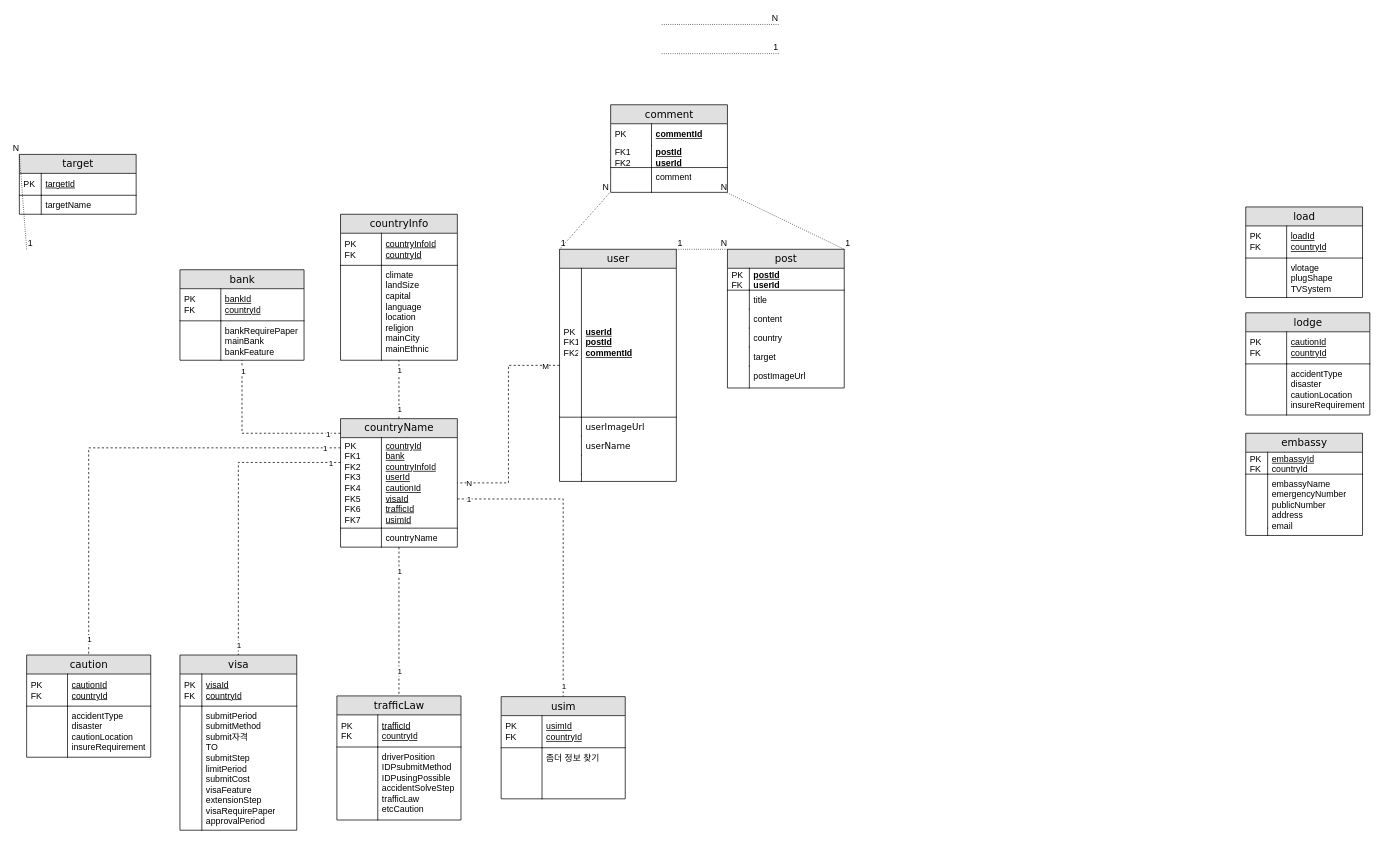
The draw.io diagram ERD.drawio in qwe1234k/finalProjectERD, before the edit. Source tidied: cells renumbered, new cells numbered last; positions are measured from the earlier drawing's top-left corner, leaving out a move shared by most shapes. Both pictures are drawn from the tidied source at 73%, with x=0, y=0 at pixel (19, 24).
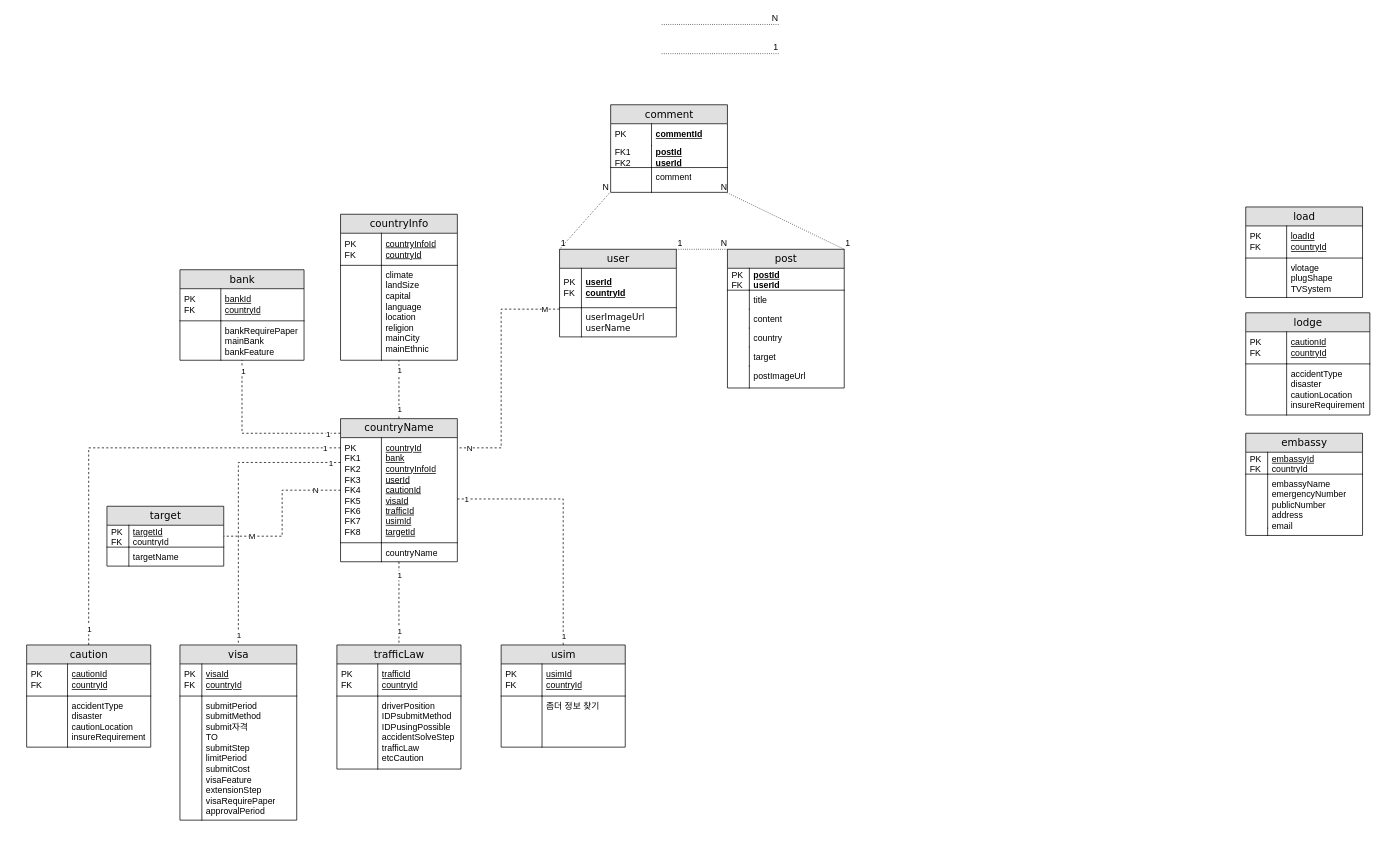
Above is the later version.

Diff of the diagram source:
```diff
@@
     <mxCell id="2" value="target" style="swimlane;html=1;fontStyle=0;horizontal=1;startSize=26;fillColor=#e0e0e0;swimlaneFillColor=#ffffff;align=center;rounded=0;shadow=0;comic=0;labelBackgroundColor=none;strokeWidth=1;fontFamily=Verdana;fontSize=14;swimlaneLine=1;" parent="1" vertex="1">
-      <mxGeometry y="178" width="160" height="82" as="geometry" />
+      <mxGeometry x="120" y="660" width="160" height="82" as="geometry" />
     </mxCell>
-    <mxCell id="3" value="&lt;span style=&quot;font-weight: normal&quot;&gt;targetId&lt;/span&gt;" style="shape=partialRectangle;top=0;left=0;right=0;bottom=1;html=1;align=left;verticalAlign=middle;fillColor=none;spacingLeft=34;spacingRight=4;whiteSpace=wrap;overflow=hidden;fontStyle=5;" parent="2" vertex="1">
+    <mxCell id="3" value="&lt;span style=&quot;font-weight: normal&quot;&gt;targetId&lt;br&gt;countryId&lt;br&gt;&lt;/span&gt;" style="shape=partialRectangle;top=0;left=0;right=0;bottom=1;html=1;align=left;verticalAlign=middle;fillColor=none;spacingLeft=34;spacingRight=4;whiteSpace=wrap;overflow=hidden;fontStyle=5;" parent="2" vertex="1">
       <mxGeometry y="26" width="160" height="30" as="geometry" />
     </mxCell>
-    <mxCell id="4" value="PK" style="shape=partialRectangle;top=0;left=0;bottom=0;html=1;fillColor=none;align=left;verticalAlign=middle;spacingLeft=4;spacingRight=4;whiteSpace=wrap;overflow=hidden;" parent="3" vertex="1">
+    <mxCell id="4" value="PK&lt;br&gt;FK" style="shape=partialRectangle;top=0;left=0;bottom=0;html=1;fillColor=none;align=left;verticalAlign=middle;spacingLeft=4;spacingRight=4;whiteSpace=wrap;overflow=hidden;" parent="3" vertex="1">
       <mxGeometry width="30" height="30" as="geometry" />
     </mxCell>
@@
     <mxCell id="44" value="user" style="swimlane;html=1;fontStyle=0;horizontal=1;startSize=26;fillColor=#e0e0e0;swimlaneFillColor=#ffffff;align=center;rounded=0;shadow=0;comic=0;labelBackgroundColor=none;strokeWidth=1;fontFamily=Verdana;fontSize=14;" parent="1" vertex="1">
-      <mxGeometry x="740" y="308" width="160" height="318" as="geometry" />
+      <mxGeometry x="740" y="308" width="160" height="120" as="geometry" />
     </mxCell>
-    <mxCell id="45" value="userId&lt;br&gt;postId&lt;br&gt;commentId&lt;br&gt;" style="shape=partialRectangle;top=0;left=0;right=0;bottom=1;html=1;align=left;verticalAlign=middle;fillColor=none;spacingLeft=34;spacingRight=4;whiteSpace=wrap;overflow=hidden;fontStyle=5;" parent="44" vertex="1">
-      <mxGeometry y="26" width="160" height="204" as="geometry" />
+    <mxCell id="45" value="userId&lt;br&gt;countryId" style="shape=partialRectangle;top=0;left=0;right=0;bottom=1;html=1;align=left;verticalAlign=middle;fillColor=none;spacingLeft=34;spacingRight=4;whiteSpace=wrap;overflow=hidden;fontStyle=5;" parent="44" vertex="1">
+      <mxGeometry y="26" width="160" height="54" as="geometry" />
     </mxCell>
-    <mxCell id="46" value="PK&lt;br&gt;FK1&lt;br&gt;FK2" style="shape=partialRectangle;top=0;left=0;bottom=0;html=1;fillColor=none;align=left;verticalAlign=middle;spacingLeft=4;spacingRight=4;whiteSpace=wrap;overflow=hidden;" parent="45" vertex="1">
-      <mxGeometry width="30" height="204" as="geometry" />
+    <mxCell id="46" value="PK&lt;br&gt;FK" style="shape=partialRectangle;top=0;left=0;bottom=0;html=1;fillColor=none;align=left;verticalAlign=middle;spacingLeft=4;spacingRight=4;whiteSpace=wrap;overflow=hidden;" parent="45" vertex="1">
+      <mxGeometry width="30" height="54" as="geometry" />
     </mxCell>
-    <mxCell id="47" value="&lt;span style=&quot;font-family: &amp;#34;verdana&amp;#34;&quot;&gt;userImageUrl&lt;/span&gt;" style="shape=partialRectangle;top=0;left=0;right=0;bottom=0;html=1;align=left;verticalAlign=top;fillColor=none;spacingLeft=34;spacingRight=4;whiteSpace=wrap;overflow=hidden;" parent="44" vertex="1">
-      <mxGeometry y="230" width="160" height="26" as="geometry" />
+    <mxCell id="47" value="&lt;span style=&quot;font-family: &amp;#34;verdana&amp;#34;&quot;&gt;userImageUrl&lt;br&gt;&lt;/span&gt;&lt;span style=&quot;font-family: &amp;#34;verdana&amp;#34;&quot;&gt;userName&lt;/span&gt;&lt;span style=&quot;font-family: &amp;#34;verdana&amp;#34;&quot;&gt;&lt;br&gt;&lt;/span&gt;" style="shape=partialRectangle;top=0;left=0;right=0;bottom=0;html=1;align=left;verticalAlign=top;fillColor=none;spacingLeft=34;spacingRight=4;whiteSpace=wrap;overflow=hidden;" parent="44" vertex="1">
+      <mxGeometry y="80" width="160" height="40" as="geometry" />
     </mxCell>
     <mxCell id="48" style="shape=partialRectangle;top=0;left=0;bottom=0;html=1;fillColor=none;align=left;verticalAlign=top;spacingLeft=4;spacingRight=4;whiteSpace=wrap;overflow=hidden;" parent="47" vertex="1">
-      <mxGeometry width="30" height="26" as="geometry" />
+      <mxGeometry width="30" height="40" as="geometry" />
     </mxCell>
-    <mxCell id="49" value="&lt;span style=&quot;font-family: &amp;#34;verdana&amp;#34;&quot;&gt;userName&lt;/span&gt;" style="shape=partialRectangle;top=0;left=0;right=0;bottom=0;html=1;align=left;verticalAlign=top;fillColor=none;spacingLeft=34;spacingRight=4;whiteSpace=wrap;overflow=hidden;" parent="44" vertex="1">
-      <mxGeometry y="256" width="160" height="26" as="geometry" />
-    </mxCell>
-    <mxCell id="50" style="shape=partialRectangle;top=0;left=0;bottom=0;html=1;fillColor=none;align=left;verticalAlign=top;spacingLeft=4;spacingRight=4;whiteSpace=wrap;overflow=hidden;" parent="49" vertex="1">
-      <mxGeometry width="30" height="26" as="geometry" />
-    </mxCell>
-    <mxCell id="51" style="shape=partialRectangle;top=0;left=0;right=0;bottom=0;html=1;align=left;verticalAlign=top;fillColor=none;spacingLeft=34;spacingRight=4;whiteSpace=wrap;overflow=hidden;" parent="44" vertex="1">
-      <mxGeometry y="282" width="160" height="26" as="geometry" />
-    </mxCell>
-    <mxCell id="52" style="shape=partialRectangle;top=0;left=0;bottom=0;html=1;fillColor=none;align=left;verticalAlign=top;spacingLeft=4;spacingRight=4;whiteSpace=wrap;overflow=hidden;" parent="51" vertex="1">
-      <mxGeometry width="30" height="26" as="geometry" />
-    </mxCell>
-    <mxCell id="53" style="shape=partialRectangle;top=0;left=0;right=0;bottom=0;html=1;align=left;verticalAlign=top;fillColor=none;spacingLeft=34;spacingRight=4;whiteSpace=wrap;overflow=hidden;" parent="44" vertex="1">
-      <mxGeometry y="308" width="160" height="10" as="geometry" />
-    </mxCell>
-    <mxCell id="54" style="shape=partialRectangle;top=0;left=0;bottom=0;html=1;fillColor=none;align=left;verticalAlign=top;spacingLeft=4;spacingRight=4;whiteSpace=wrap;overflow=hidden;" parent="53" vertex="1">
-      <mxGeometry width="30" height="10" as="geometry" />
-    </mxCell>
@@
     <mxCell id="62" value="visa" style="swimlane;html=1;fontStyle=0;horizontal=1;startSize=26;fillColor=#e0e0e0;swimlaneFillColor=#ffffff;align=center;rounded=0;shadow=0;comic=0;labelBackgroundColor=none;strokeWidth=1;fontFamily=Verdana;fontSize=14;swimlaneLine=1;" parent="1" vertex="1">
-      <mxGeometry x="220" y="863.8" width="160" height="240" as="geometry" />
+      <mxGeometry x="220" y="850" width="160" height="240" as="geometry" />
     </mxCell>
@@
     <mxCell id="72" value="trafficLaw" style="swimlane;html=1;fontStyle=0;horizontal=1;startSize=26;fillColor=#e0e0e0;swimlaneFillColor=#ffffff;align=center;rounded=0;shadow=0;comic=0;labelBackgroundColor=none;strokeWidth=1;fontFamily=Verdana;fontSize=14;" parent="1" vertex="1">
-      <mxGeometry x="435" y="919.8" width="170" height="170" as="geometry" />
+      <mxGeometry x="435" y="850" width="170" height="170" as="geometry" />
     </mxCell>
@@
     <mxCell id="77" value="caution" style="swimlane;html=1;fontStyle=0;horizontal=1;startSize=26;fillColor=#e0e0e0;swimlaneFillColor=#ffffff;align=center;rounded=0;shadow=0;comic=0;labelBackgroundColor=none;strokeWidth=1;fontFamily=Verdana;fontSize=14;" parent="1" vertex="1">
-      <mxGeometry x="10" y="863.8" width="170" height="140" as="geometry" />
+      <mxGeometry x="10" y="850" width="170" height="140" as="geometry" />
     </mxCell>
@@
     <mxCell id="82" value="usim" style="swimlane;html=1;fontStyle=0;horizontal=1;startSize=26;fillColor=#e0e0e0;swimlaneFillColor=#ffffff;align=center;rounded=0;shadow=0;comic=0;labelBackgroundColor=none;strokeWidth=1;fontFamily=Verdana;fontSize=14;" parent="1" vertex="1">
-      <mxGeometry x="660" y="920.8" width="170" height="140" as="geometry" />
+      <mxGeometry x="660" y="850" width="170" height="140" as="geometry" />
     </mxCell>
@@
     <mxCell id="98" value="countryName" style="swimlane;html=1;fontStyle=0;horizontal=1;startSize=26;fillColor=#e0e0e0;swimlaneFillColor=#ffffff;align=center;rounded=0;shadow=0;comic=0;labelBackgroundColor=none;strokeWidth=1;fontFamily=Verdana;fontSize=14;" parent="1" vertex="1">
-      <mxGeometry x="440" y="540" width="160" height="176" as="geometry" />
+      <mxGeometry x="440" y="540" width="160" height="196" as="geometry" />
     </mxCell>
-    <mxCell id="99" value="&lt;font face=&quot;helvetica&quot; style=&quot;font-weight: normal&quot;&gt;countryId&lt;br&gt;bank&lt;br&gt;countryInfoId&lt;br&gt;userId&lt;br&gt;cautionId&lt;br&gt;visaId&lt;br&gt;trafficId&lt;br&gt;usimId&lt;br&gt;&lt;/font&gt;" style="shape=partialRectangle;top=0;left=0;right=0;bottom=1;html=1;align=left;verticalAlign=middle;fillColor=none;spacingLeft=60;spacingRight=4;whiteSpace=wrap;overflow=hidden;fontStyle=5;" parent="98" vertex="1">
-      <mxGeometry y="26" width="160" height="124" as="geometry" />
+    <mxCell id="99" value="&lt;font face=&quot;helvetica&quot; style=&quot;font-weight: normal&quot;&gt;countryId&lt;br&gt;bank&lt;br&gt;countryInfoId&lt;br&gt;userId&lt;br&gt;cautionId&lt;br&gt;visaId&lt;br&gt;trafficId&lt;br&gt;usimId&lt;br&gt;targetId&lt;br&gt;&lt;/font&gt;" style="shape=partialRectangle;top=0;left=0;right=0;bottom=1;html=1;align=left;verticalAlign=middle;fillColor=none;spacingLeft=60;spacingRight=4;whiteSpace=wrap;overflow=hidden;fontStyle=5;" parent="98" vertex="1">
+      <mxGeometry y="26" width="160" height="144" as="geometry" />
     </mxCell>
-    <mxCell id="100" value="&lt;span style=&quot;font-weight: normal&quot;&gt;PK&lt;br&gt;FK1&lt;br&gt;FK2&lt;br&gt;FK3&lt;br&gt;FK4&lt;br&gt;FK5&lt;br&gt;FK6&lt;br&gt;FK7&lt;br&gt;&lt;/span&gt;" style="shape=partialRectangle;fontStyle=1;top=0;left=0;bottom=0;html=1;fillColor=none;align=left;verticalAlign=middle;spacingLeft=4;spacingRight=4;whiteSpace=wrap;overflow=hidden;" parent="99" vertex="1">
-      <mxGeometry width="56" height="124" as="geometry" />
+    <mxCell id="100" value="&lt;span style=&quot;font-weight: normal&quot;&gt;PK&lt;br&gt;FK1&lt;br&gt;FK2&lt;br&gt;FK3&lt;br&gt;FK4&lt;br&gt;FK5&lt;br&gt;FK6&lt;br&gt;FK7&lt;br&gt;FK8&lt;br&gt;&lt;/span&gt;" style="shape=partialRectangle;fontStyle=1;top=0;left=0;bottom=0;html=1;fillColor=none;align=left;verticalAlign=middle;spacingLeft=4;spacingRight=4;whiteSpace=wrap;overflow=hidden;" parent="99" vertex="1">
+      <mxGeometry width="56" height="144" as="geometry" />
     </mxCell>
     <mxCell id="101" value="countryName" style="shape=partialRectangle;top=0;left=0;right=0;bottom=0;html=1;align=left;verticalAlign=top;fillColor=none;spacingLeft=60;spacingRight=4;whiteSpace=wrap;overflow=hidden;" parent="98" vertex="1">
-      <mxGeometry y="150" width="160" height="26" as="geometry" />
+      <mxGeometry y="170" width="160" height="26" as="geometry" />
     </mxCell>
@@
-    <mxCell id="103" style="endArrow=none;html=1;rounded=0;dashed=1;dashPattern=1 2;exitX=1;exitY=0;exitDx=0;exitDy=0;entryX=0;entryY=0;entryDx=0;entryDy=0;" parent="1" edge="1" target="2">
-      <mxGeometry relative="1" as="geometry">
-        <mxPoint x="10" y="308" as="sourcePoint" />
-      </mxGeometry>
-    </mxCell>
-    <mxCell id="104" value="1" style="html=1;align=left;verticalAlign=bottom;" parent="103" vertex="1">
-      <mxGeometry x="-1" relative="1" as="geometry" />
-    </mxCell>
-    <mxCell id="105" value="N" style="html=1;align=right;verticalAlign=bottom;" parent="103" vertex="1">
-      <mxGeometry x="1" relative="1" as="geometry" />
-    </mxCell>
@@
     <mxCell id="109" style="edgeStyle=orthogonalEdgeStyle;rounded=0;jettySize=auto;html=1;endArrow=none;endFill=0;dashed=1;" parent="1" edge="1" source="44" target="98">
-      <mxGeometry relative="1" as="geometry" />
+      <mxGeometry relative="1" as="geometry">
+        <Array as="points">
+          <mxPoint x="660" y="390" />
+          <mxPoint x="660" y="580" />
+        </Array>
+      </mxGeometry>
     </mxCell>
@@
     <mxCell id="118" style="edgeStyle=orthogonalEdgeStyle;rounded=0;jettySize=auto;html=1;endArrow=none;endFill=0;dashed=1;" parent="1" edge="1" source="98" target="82">
       <mxGeometry relative="1" as="geometry">
         <Array as="points">
-          <mxPoint x="560" y="650" />
           <mxPoint x="745" y="650" />
         </Array>
       </mxGeometry>
     </mxCell>
@@
+    <mxCell id="127" style="edgeStyle=orthogonalEdgeStyle;rounded=0;jettySize=auto;html=1;endArrow=none;endFill=0;dashed=1;" parent="1" edge="1" source="98" target="2">
+      <mxGeometry relative="1" as="geometry" />
+    </mxCell>
+    <mxCell id="105" value="N" style="edgeLabel;html=1;align=center;verticalAlign=middle;" parent="127" vertex="1">
+      <mxGeometry x="-0.69" relative="1" as="geometry" />
+    </mxCell>
+    <mxCell id="128" value="M" style="edgeLabel;html=1;align=center;verticalAlign=middle;" parent="127" vertex="1">
+      <mxGeometry x="0.66" relative="1" as="geometry" />
+    </mxCell>
```
